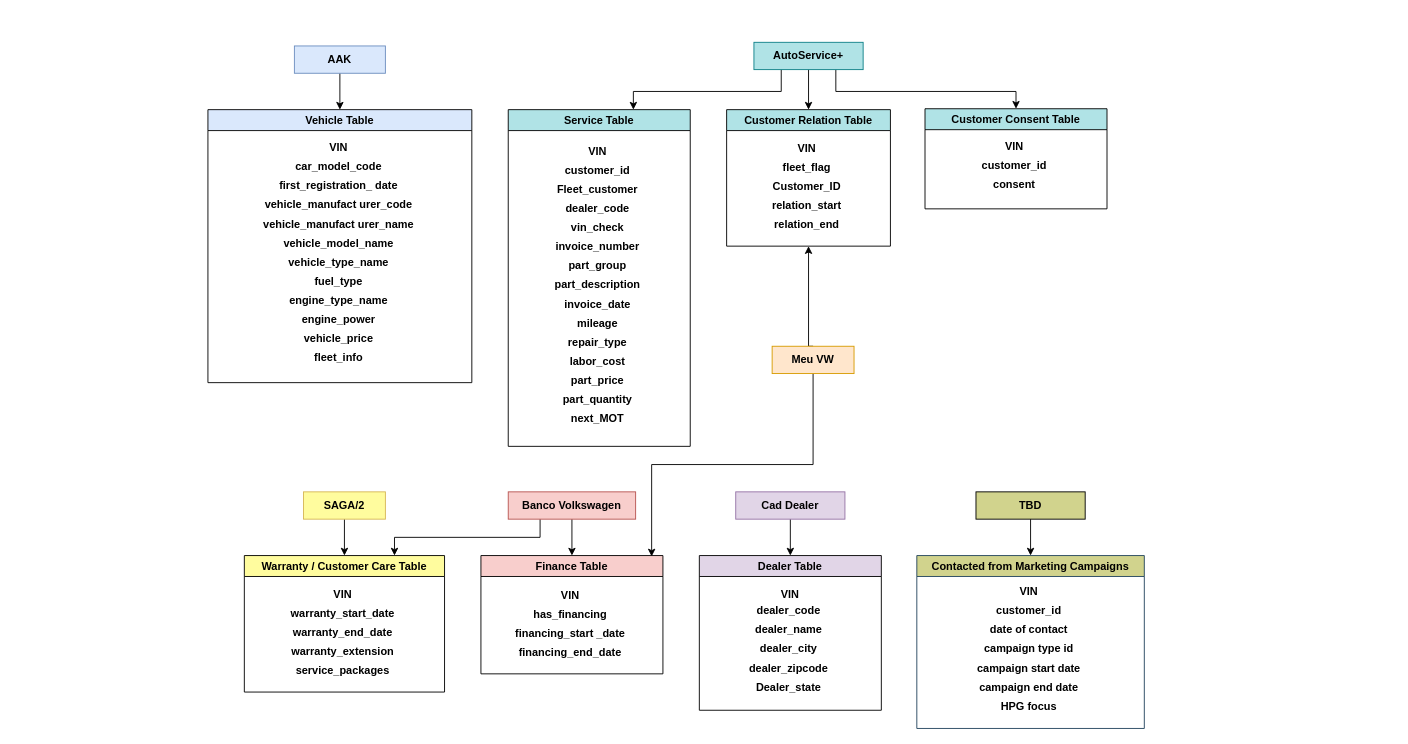
Earlier version of the draw.io diagram page "Origens Scorpion" (5 of 6) of scorpion.drawio (leo-odilon/draw.io). Source tidied: cells renumbered, new cells numbered last; positions are measured from the earlier drawing's top-left corner, leaving out a move shared by most shapes. Both pictures are drawn from the tidied source at 91%, with x=0, y=0 at pixel (207, 42).
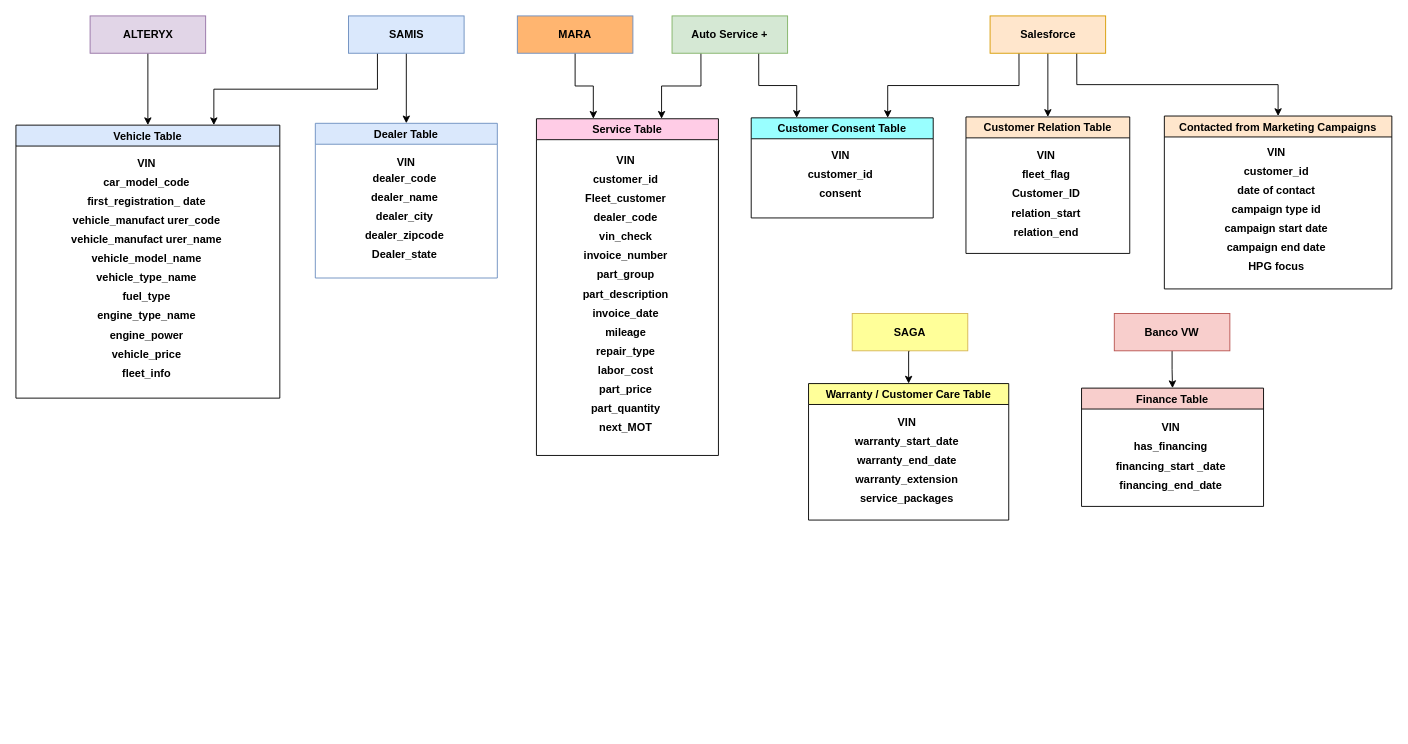
Above is the later version.

The change refers to these unchanged cells:
```xml
<mxCell id="10" value="&lt;br&gt;&lt;table width=&quot;187&quot; cellspacing=&quot;0&quot; cellpadding=&quot;0&quot; border=&quot;0&quot;&gt; &lt;colgroup&gt;&lt;col style=&quot;mso-width-source:userset;mso-width-alt:5984;width:140pt&quot; width=&quot;187&quot;&gt;&lt;/colgroup&gt; &lt;tbody&gt;&lt;tr style=&quot;height:15.75pt&quot; height=&quot;21&quot;&gt;  &lt;td style=&quot;height:15.75pt;width:140pt&quot; width=&quot;187&quot; class=&quot;xl65&quot; height=&quot;21&quot;&gt;VIN&amp;nbsp;&lt;/td&gt; &lt;/tr&gt; &lt;tr style=&quot;height:15.75pt&quot; height=&quot;21&quot;&gt;  &lt;td style=&quot;height:15.75pt&quot; class=&quot;xl65&quot; height=&quot;21&quot;&gt;customer_id&amp;nbsp;&lt;/td&gt; &lt;/tr&gt; &lt;tr style=&quot;height:15.75pt&quot; height=&quot;21&quot;&gt;  &lt;td style=&quot;height:15.75pt&quot; class=&quot;xl65&quot; height=&quot;21&quot;&gt;Fleet_customer&amp;nbsp;&lt;/td&gt; &lt;/tr&gt; &lt;tr style=&quot;height:15.75pt&quot; height=&quot;21&quot;&gt;  &lt;td style=&quot;height:15.75pt&quot; class=&quot;xl65&quot; height=&quot;21&quot;&gt;dealer_code&amp;nbsp;&lt;/td&gt; &lt;/tr&gt; &lt;tr style=&quot;height:15.75pt&quot; height=&quot;21&quot;&gt;  &lt;td style=&quot;height:15.75pt&quot; class=&quot;xl65&quot; height=&quot;21&quot;&gt;vin_check&amp;nbsp;&lt;/td&gt; &lt;/tr&gt; &lt;tr style=&quot;height:15.75pt&quot; height=&quot;21&quot;&gt;  &lt;td style=&quot;height:15.75pt&quot; class=&quot;xl65&quot; height=&quot;21&quot;&gt;invoice_number&amp;nbsp;&lt;/td&gt; &lt;/tr&gt; &lt;tr style=&quot;height:15.75pt&quot; height=&quot;21&quot;&gt;  &lt;td style=&quot;height:15.75pt&quot; class=&quot;xl65&quot; height=&quot;21&quot;&gt;part_group&amp;nbsp;&lt;/td&gt; &lt;/tr&gt; &lt;tr style=&quot;height:15.75pt&quot; height=&quot;21&quot;&gt;  &lt;td style=&quot;height:15.75pt&quot; class=&quot;xl65&quot; height=&quot;21&quot;&gt;part_description&amp;nbsp;&lt;/td&gt; &lt;/tr&gt; &lt;tr style=&quot;height:15.75pt&quot; height=&quot;21&quot;&gt;  &lt;td style=&quot;height:15.75pt&quot; class=&quot;xl65&quot; height=&quot;21&quot;&gt;invoice_date&amp;nbsp;&lt;/td&gt; &lt;/tr&gt; &lt;tr style=&quot;height:15.75pt&quot; height=&quot;21&quot;&gt;  &lt;td style=&quot;height:15.75pt&quot; class=&quot;xl65&quot; height=&quot;21&quot;&gt;mileage&amp;nbsp;&lt;/td&gt; &lt;/tr&gt; &lt;tr style=&quot;height:15.75pt&quot; height=&quot;21&quot;&gt;  &lt;td style=&quot;height:15.75pt&quot; class=&quot;xl65&quot; height=&quot;21&quot;&gt;repair_type&amp;nbsp;&lt;/td&gt; &lt;/tr&gt; &lt;tr style=&quot;height:15.75pt&quot; height=&quot;21&quot;&gt;  &lt;td style=&quot;height:15.75pt&quot; class=&quot;xl65&quot; height=&quot;21&quot;&gt;labor_cost&amp;nbsp;&lt;/td&gt; &lt;/tr&gt; &lt;tr style=&quot;height:15.75pt&quot; height=&quot;21&quot;&gt;  &lt;td style=&quot;height:15.75pt&quot; class=&quot;xl65&quot; height=&quot;21&quot;&gt;part_price&amp;nbsp;&lt;/td&gt; &lt;/tr&gt; &lt;tr style=&quot;height:15.75pt&quot; height=&quot;21&quot;&gt;  &lt;td style=&quot;height:15.75pt&quot; class=&quot;xl65&quot; height=&quot;21&quot;&gt;part_quantity&amp;nbsp;&lt;/td&gt; &lt;/tr&gt; &lt;tr style=&quot;height:15.75pt&quot; height=&quot;21&quot;&gt;  &lt;td style=&quot;height:15.75pt&quot; class=&quot;xl65&quot; height=&quot;21&quot;&gt;next_MOT&amp;nbsp;&lt;/td&gt; &lt;/tr&gt;&lt;/tbody&gt;&lt;/table&gt;" style="text;html=1;strokeColor=none;fillColor=none;align=center;verticalAlign=middle;whiteSpace=wrap;rounded=0;fontStyle=1;" parent="9" vertex="1">
  <mxGeometry x="25" width="150" height="370" as="geometry" />
</mxCell>
```

What changed in the source:
```diff
@@
     <mxCell id="2" value="Vehicle Table" style="swimlane;fillColor=#dae8fc;strokeColor=#000000;" parent="1" vertex="1">
-      <mxGeometry y="74" width="290" height="300" as="geometry" />
+      <mxGeometry x="-211" y="91" width="290" height="300" as="geometry" />
     </mxCell>
@@
-    <mxCell id="4" style="edgeStyle=orthogonalEdgeStyle;rounded=0;jettySize=auto;html=1;exitX=0.5;exitY=1;exitDx=0;exitDy=0;entryX=0.5;entryY=0;entryDx=0;entryDy=0;" parent="1" edge="1" source="5" target="2">
-      <mxGeometry relative="1" as="geometry" />
-    </mxCell>
-    <mxCell id="5" value="AAK" style="rounded=0;whiteSpace=wrap;html=1;fillColor=#dae8fc;strokeColor=#6c8ebf;fontStyle=1;" parent="1" vertex="1">
-      <mxGeometry x="95" y="4" width="100" height="30" as="geometry" />
-    </mxCell>
-    <mxCell id="6" style="edgeStyle=orthogonalEdgeStyle;rounded=0;jettySize=auto;html=1;exitX=0.5;exitY=0;exitDx=0;exitDy=0;entryX=0.5;entryY=1;entryDx=0;entryDy=0;" parent="1" edge="1" source="8" target="11">
-      <mxGeometry relative="1" as="geometry">
-        <Array as="points">
-          <mxPoint x="660" y="334" />
-        </Array>
-      </mxGeometry>
-    </mxCell>
-    <mxCell id="7" style="edgeStyle=orthogonalEdgeStyle;rounded=0;jettySize=auto;html=1;exitX=0.5;exitY=1;exitDx=0;exitDy=0;entryX=0.938;entryY=0.008;entryDx=0;entryDy=0;entryPerimeter=0;" parent="1" edge="1" source="8" target="20">
-      <mxGeometry relative="1" as="geometry" />
-    </mxCell>
-    <mxCell id="8" value="Meu VW" style="rounded=0;whiteSpace=wrap;html=1;fillColor=#ffe6cc;strokeColor=#d79b00;fontStyle=1;gradientDirection=east;" parent="1" vertex="1">
-      <mxGeometry x="620" y="334" width="90" height="30" as="geometry" />
-    </mxCell>
+    <mxCell id="36" style="edgeStyle=orthogonalEdgeStyle;rounded=0;jettySize=auto;html=1;exitX=0.25;exitY=1;exitDx=0;exitDy=0;entryX=0.75;entryY=0;entryDx=0;entryDy=0;" parent="1" edge="1" source="38" target="2">
+      <mxGeometry relative="1" as="geometry" />
+    </mxCell>
+    <mxCell id="37" style="edgeStyle=orthogonalEdgeStyle;rounded=0;jettySize=auto;html=1;exitX=0.5;exitY=1;exitDx=0;exitDy=0;" parent="1" edge="1" source="38" target="24">
+      <mxGeometry relative="1" as="geometry" />
+    </mxCell>
+    <mxCell id="38" value="&lt;b&gt;SAMIS&lt;/b&gt;" style="rounded=0;whiteSpace=wrap;html=1;fillColor=#dae8fc;strokeColor=#6c8ebf;" parent="1" vertex="1">
+      <mxGeometry x="154.5" y="-29" width="127" height="41" as="geometry" />
+    </mxCell>
+    <mxCell id="39" style="edgeStyle=orthogonalEdgeStyle;rounded=0;jettySize=auto;html=1;exitX=0.25;exitY=1;exitDx=0;exitDy=0;entryX=0.75;entryY=0;entryDx=0;entryDy=0;" parent="1" edge="1" source="41" target="10">
+      <mxGeometry relative="1" as="geometry" />
+    </mxCell>
+    <mxCell id="40" style="edgeStyle=orthogonalEdgeStyle;rounded=0;jettySize=auto;html=1;exitX=0.75;exitY=1;exitDx=0;exitDy=0;entryX=0.25;entryY=0;entryDx=0;entryDy=0;" parent="1" edge="1" source="41" target="30">
+      <mxGeometry relative="1" as="geometry" />
+    </mxCell>
+    <mxCell id="41" value="&lt;b&gt;Auto Service +&lt;/b&gt;" style="rounded=0;whiteSpace=wrap;html=1;fillColor=#d5e8d4;strokeColor=#82b366;" parent="1" vertex="1">
+      <mxGeometry x="510" y="-29" width="127" height="41" as="geometry" />
+    </mxCell>
+    <mxCell id="42" style="edgeStyle=orthogonalEdgeStyle;rounded=0;jettySize=auto;html=1;exitX=0.25;exitY=1;exitDx=0;exitDy=0;entryX=0.75;entryY=0;entryDx=0;entryDy=0;" parent="1" edge="1" source="45" target="30">
+      <mxGeometry relative="1" as="geometry" />
+    </mxCell>
+    <mxCell id="43" style="edgeStyle=orthogonalEdgeStyle;rounded=0;jettySize=auto;html=1;exitX=0.5;exitY=1;exitDx=0;exitDy=0;entryX=0.5;entryY=0;entryDx=0;entryDy=0;" parent="1" edge="1" source="45" target="11">
+      <mxGeometry relative="1" as="geometry" />
+    </mxCell>
+    <mxCell id="44" style="edgeStyle=orthogonalEdgeStyle;rounded=0;jettySize=auto;html=1;exitX=0.75;exitY=1;exitDx=0;exitDy=0;entryX=0.5;entryY=0;entryDx=0;entryDy=0;" parent="1" edge="1" source="45" target="32">
+      <mxGeometry relative="1" as="geometry" />
+    </mxCell>
+    <mxCell id="45" value="&lt;b&gt;Salesforce&lt;/b&gt;" style="rounded=0;whiteSpace=wrap;html=1;fillColor=#ffe6cc;strokeColor=#d79b00;" parent="1" vertex="1">
+      <mxGeometry x="859.5" y="-29" width="127" height="41" as="geometry" />
+    </mxCell>
-    <mxCell id="9" value="Service Table" style="swimlane;fillColor=#B0E3E6;strokeColor=#000000;" parent="1" vertex="1">
-      <mxGeometry x="330" y="74" width="200" height="370" as="geometry" />
+    <mxCell id="9" value="Service Table" style="swimlane;fillColor=#FFCCE6;strokeColor=#000000;" parent="1" vertex="1">
+      <mxGeometry x="361" y="84" width="200" height="370" as="geometry" />
     </mxCell>
@@
-    <mxCell id="11" value="Customer Relation Table" style="swimlane;gradientDirection=east;fillColor=#B0E3E6;strokeColor=default;" parent="1" vertex="1">
-      <mxGeometry x="570" y="74" width="180" height="150" as="geometry" />
+    <mxCell id="11" value="Customer Relation Table" style="swimlane;gradientDirection=east;fillColor=#ffe6cc;strokeColor=#000000;" parent="1" vertex="1">
+      <mxGeometry x="833" y="82" width="180" height="150" as="geometry" />
     </mxCell>
@@
-    <mxCell id="13" style="edgeStyle=orthogonalEdgeStyle;rounded=0;jettySize=auto;html=1;exitX=0.5;exitY=1;exitDx=0;exitDy=0;entryX=0.5;entryY=0;entryDx=0;entryDy=0;" parent="1" edge="1" source="14" target="15">
-      <mxGeometry relative="1" as="geometry" />
-    </mxCell>
-    <mxCell id="14" value="&lt;b&gt;SAGA/2&lt;/b&gt;" style="rounded=0;whiteSpace=wrap;html=1;fillColor=#FFFC9E;gradientDirection=east;strokeColor=#d6b656;" parent="1" vertex="1">
-      <mxGeometry x="105" y="494" width="90" height="30" as="geometry" />
-    </mxCell>
-    <mxCell id="15" value="Warranty / Customer Care Table" style="swimlane;fillColor=#FFFC9E;gradientColor=none;gradientDirection=east;" parent="1" vertex="1">
-      <mxGeometry x="40" y="564" width="220" height="150" as="geometry" />
+    <mxCell id="15" value="Warranty / Customer Care Table" style="swimlane;fillColor=#FFFF99;gradientDirection=east;strokeColor=#000000;" parent="1" vertex="1">
+      <mxGeometry x="660" y="375" width="220" height="150" as="geometry" />
     </mxCell>
@@
-    <mxCell id="17" style="edgeStyle=orthogonalEdgeStyle;rounded=0;jettySize=auto;html=1;exitX=0.25;exitY=1;exitDx=0;exitDy=0;entryX=0.75;entryY=0;entryDx=0;entryDy=0;" parent="1" edge="1" source="19" target="15">
-      <mxGeometry relative="1" as="geometry" />
-    </mxCell>
-    <mxCell id="18" style="edgeStyle=orthogonalEdgeStyle;rounded=0;jettySize=auto;html=1;exitX=0.5;exitY=1;exitDx=0;exitDy=0;entryX=0.5;entryY=0;entryDx=0;entryDy=0;" parent="1" edge="1" source="19" target="20">
-      <mxGeometry relative="1" as="geometry" />
-    </mxCell>
-    <mxCell id="19" value="Banco Volkswagen" style="rounded=0;whiteSpace=wrap;html=1;fillColor=#f8cecc;gradientDirection=east;strokeColor=#b85450;fontStyle=1;" parent="1" vertex="1">
-      <mxGeometry x="330" y="494" width="140" height="30" as="geometry" />
-    </mxCell>
     <mxCell id="20" value="Finance Table" style="swimlane;fillColor=#f8cecc;gradientDirection=east;strokeColor=#000000;" parent="1" vertex="1">
-      <mxGeometry x="300" y="564" width="200" height="130" as="geometry" />
+      <mxGeometry x="960" y="380" width="200" height="130" as="geometry" />
     </mxCell>
@@
-    <mxCell id="22" style="edgeStyle=orthogonalEdgeStyle;rounded=0;jettySize=auto;html=1;exitX=0.5;exitY=1;exitDx=0;exitDy=0;entryX=0.5;entryY=0;entryDx=0;entryDy=0;" parent="1" edge="1" source="23" target="24">
-      <mxGeometry relative="1" as="geometry" />
-    </mxCell>
-    <mxCell id="23" value="Cad Dealer" style="rounded=0;whiteSpace=wrap;html=1;fillColor=#e1d5e7;gradientDirection=east;fontStyle=1;strokeColor=#9673a6;" parent="1" vertex="1">
-      <mxGeometry x="580" y="494" width="120" height="30" as="geometry" />
-    </mxCell>
-    <mxCell id="24" value="Dealer Table" style="swimlane;fillColor=#e1d5e7;gradientDirection=east;strokeColor=#000000;" parent="1" vertex="1">
-      <mxGeometry x="540" y="564" width="200" height="170" as="geometry" />
+    <mxCell id="24" value="Dealer Table" style="swimlane;fillColor=#dae8fc;gradientDirection=east;strokeColor=#6c8ebf;" parent="1" vertex="1">
+      <mxGeometry x="118" y="89" width="200" height="170" as="geometry" />
     </mxCell>
@@
-    <mxCell id="26" style="edgeStyle=orthogonalEdgeStyle;rounded=0;jettySize=auto;html=1;exitX=0.75;exitY=1;exitDx=0;exitDy=0;entryX=0.5;entryY=0;entryDx=0;entryDy=0;" parent="1" edge="1" source="29" target="30">
-      <mxGeometry relative="1" as="geometry">
-        <Array as="points">
-          <mxPoint x="690" y="54" />
-          <mxPoint x="888" y="54" />
-        </Array>
-      </mxGeometry>
-    </mxCell>
-    <mxCell id="27" style="edgeStyle=orthogonalEdgeStyle;rounded=0;jettySize=auto;html=1;exitX=0.5;exitY=1;exitDx=0;exitDy=0;entryX=0.5;entryY=0;entryDx=0;entryDy=0;" parent="1" edge="1" source="29" target="11">
-      <mxGeometry relative="1" as="geometry" />
-    </mxCell>
-    <mxCell id="28" style="edgeStyle=orthogonalEdgeStyle;rounded=0;jettySize=auto;html=1;exitX=0.25;exitY=1;exitDx=0;exitDy=0;entryX=0.75;entryY=0;entryDx=0;entryDy=0;" parent="1" edge="1" source="29" target="10">
-      <mxGeometry relative="1" as="geometry">
-        <Array as="points">
-          <mxPoint x="630" y="54" />
-          <mxPoint x="468" y="54" />
-        </Array>
-      </mxGeometry>
-    </mxCell>
-    <mxCell id="29" value="AutoService+" style="rounded=0;whiteSpace=wrap;html=1;fillColor=#b0e3e6;gradientDirection=east;fontStyle=1;strokeColor=#0e8088;" parent="1" vertex="1">
-      <mxGeometry x="600" width="120" height="30" as="geometry" />
-    </mxCell>
-    <mxCell id="30" value="Customer Consent Table" style="swimlane;fillColor=#B0E3E6;gradientColor=none;gradientDirection=east;" parent="1" vertex="1">
-      <mxGeometry x="788" y="73" width="200" height="110" as="geometry" />
+    <mxCell id="30" value="Customer Consent Table" style="swimlane;fillColor=#99FFFF;gradientDirection=east;strokeColor=#000000;" parent="1" vertex="1">
+      <mxGeometry x="597" y="83" width="200" height="110" as="geometry" />
     </mxCell>
@@
-    <mxCell id="32" value="Contacted from Marketing Campaigns" style="swimlane;fillColor=#D1D38D;gradientDirection=east;strokeColor=#23445d;" parent="1" vertex="1">
-      <mxGeometry x="779" y="564" width="250" height="190" as="geometry" />
+    <mxCell id="32" value="Contacted from Marketing Campaigns" style="swimlane;fillColor=#ffe6cc;gradientDirection=east;strokeColor=#000000;" parent="1" vertex="1">
+      <mxGeometry x="1051" y="81" width="250" height="190" as="geometry" />
     </mxCell>
@@
-    <mxCell id="34" style="edgeStyle=orthogonalEdgeStyle;rounded=0;jettySize=auto;html=1;exitX=0.5;exitY=1;exitDx=0;exitDy=0;entryX=0.5;entryY=0;entryDx=0;entryDy=0;" parent="1" edge="1" source="35" target="32">
-      <mxGeometry relative="1" as="geometry" />
-    </mxCell>
-    <mxCell id="35" value="TBD" style="rounded=0;whiteSpace=wrap;html=1;fillColor=#D1D38D;gradientColor=none;gradientDirection=east;fontStyle=1;" parent="1" vertex="1">
-      <mxGeometry x="844" y="494" width="120" height="30" as="geometry" />
-    </mxCell>
+    <mxCell id="46" style="edgeStyle=orthogonalEdgeStyle;rounded=0;jettySize=auto;html=1;exitX=0.5;exitY=1;exitDx=0;exitDy=0;entryX=0.5;entryY=0;entryDx=0;entryDy=0;" parent="1" edge="1" source="47" target="20">
+      <mxGeometry relative="1" as="geometry" />
+    </mxCell>
+    <mxCell id="47" value="&lt;b&gt;Banco VW&lt;/b&gt;" style="rounded=0;whiteSpace=wrap;html=1;fillColor=#f8cecc;strokeColor=#b85450;" parent="1" vertex="1">
+      <mxGeometry x="996" y="298" width="127" height="41" as="geometry" />
+    </mxCell>
+    <mxCell id="48" style="edgeStyle=orthogonalEdgeStyle;rounded=0;jettySize=auto;html=1;exitX=0.5;exitY=1;exitDx=0;exitDy=0;entryX=0.5;entryY=0;entryDx=0;entryDy=0;" parent="1" edge="1" source="49" target="15">
+      <mxGeometry relative="1" as="geometry" />
+    </mxCell>
+    <mxCell id="49" value="&lt;b&gt;SAGA&lt;/b&gt;" style="rounded=0;whiteSpace=wrap;html=1;fillColor=#FFFF99;strokeColor=#d6b656;" parent="1" vertex="1">
+      <mxGeometry x="708" y="298" width="127" height="41" as="geometry" />
+    </mxCell>
+    <mxCell id="50" style="edgeStyle=orthogonalEdgeStyle;rounded=0;jettySize=auto;html=1;exitX=0.5;exitY=1;exitDx=0;exitDy=0;entryX=0.5;entryY=0;entryDx=0;entryDy=0;" parent="1" edge="1" source="51" target="2">
+      <mxGeometry relative="1" as="geometry" />
+    </mxCell>
+    <mxCell id="51" value="&lt;b&gt;ALTERYX&lt;/b&gt;" style="rounded=0;whiteSpace=wrap;html=1;fillColor=#e1d5e7;strokeColor=#9673a6;" parent="1" vertex="1">
+      <mxGeometry x="-129.5" y="-29" width="127" height="41" as="geometry" />
+    </mxCell>
+    <mxCell id="52" style="edgeStyle=orthogonalEdgeStyle;rounded=0;jettySize=auto;html=1;exitX=0.5;exitY=1;exitDx=0;exitDy=0;entryX=0.25;entryY=0;entryDx=0;entryDy=0;" parent="1" edge="1" source="53" target="10">
+      <mxGeometry relative="1" as="geometry" />
+    </mxCell>
+    <mxCell id="53" value="&lt;b&gt;MARA&lt;/b&gt;" style="rounded=0;whiteSpace=wrap;html=1;fillColor=#FFB570;strokeColor=#6c8ebf;" parent="1" vertex="1">
+      <mxGeometry x="340" y="-29" width="127" height="41" as="geometry" />
+    </mxCell>
```
